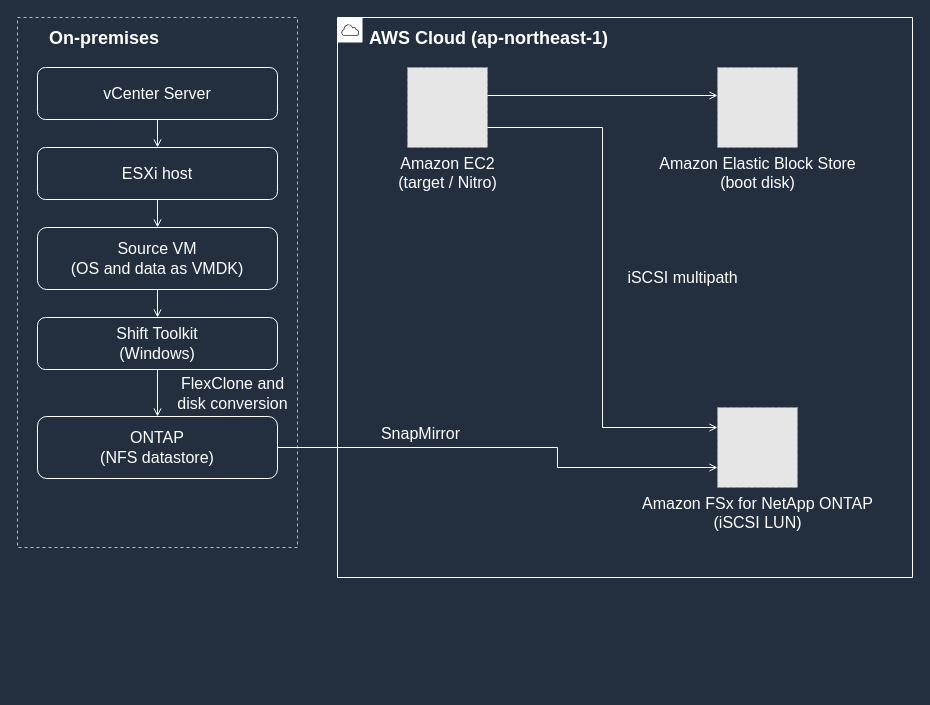
Above: docs/_assets/diagrams/atx-fsxn-onprem-to-aws-en-dark.drawio in Yoshiki0705/VMware-Migration-EC2-ONTAP (draw.io), before the change. Source tidied: cells renumbered, new cells numbered last; positions are measured from the earlier drawing's top-left corner, leaving out a move shared by most shapes. Both pictures are drawn from the tidied source at 100%, with x=0, y=0 at pixel (17, 17). Pictures stored in the file or linked from it are replaced by grey dashed boxes.
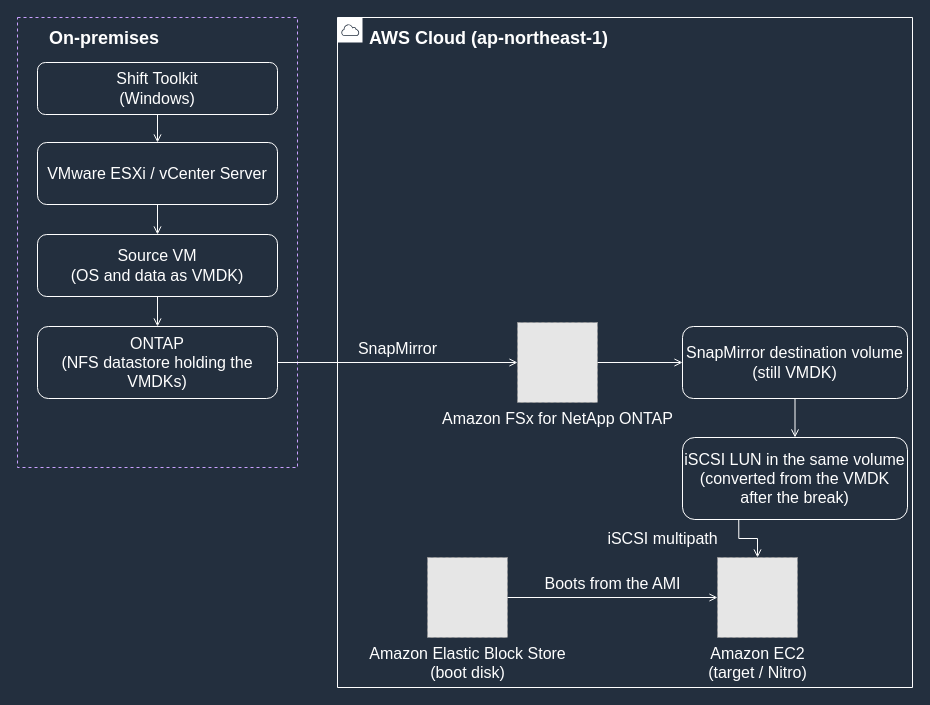
The same page after the edit.

The edit, as a diff of the source:
```diff
@@
     <mxCell id="2" value="On-premises" style="gradientColor=none;html=1;whiteSpace=wrap;fontSize=18;fontStyle=1;fontColor=#FFFFFF;shape=mxgraph.aws4.group;strokeColor=#C9A0FF;fillColor=none;verticalAlign=top;align=left;spacingLeft=30;spacingTop=4;dashed=1;" parent="1" vertex="1">
-      <mxGeometry width="280" height="530" as="geometry" />
+      <mxGeometry width="280" height="450" as="geometry" />
     </mxCell>
     <mxCell id="3" value="AWS Cloud (ap-northeast-1)" style="gradientColor=none;html=1;whiteSpace=wrap;fontSize=18;fontStyle=1;fontColor=#FFFFFF;shape=mxgraph.aws4.group;grIcon=mxgraph.aws4.group_aws_cloud;strokeColor=#FFFFFF;fillColor=none;verticalAlign=top;align=left;spacingLeft=30;spacingTop=4;dashed=0;" parent="1" vertex="1">
-      <mxGeometry x="320" width="575" height="560" as="geometry" />
+      <mxGeometry x="320" width="575" height="670" as="geometry" />
     </mxCell>
-    <mxCell id="4" value="vCenter Server" style="rounded=1;whiteSpace=wrap;html=1;strokeColor=#FFFFFF;fillColor=none;fontColor=#FFFFFF;fontSize=16;verticalAlign=middle;align=center;" parent="1" vertex="1">
-      <mxGeometry x="20" y="50" width="240" height="52" as="geometry" />
-    </mxCell>
-    <mxCell id="5" value="ESXi host" style="rounded=1;whiteSpace=wrap;html=1;strokeColor=#FFFFFF;fillColor=none;fontColor=#FFFFFF;fontSize=16;verticalAlign=middle;align=center;" parent="1" vertex="1">
-      <mxGeometry x="20" y="130" width="240" height="52" as="geometry" />
-    </mxCell>
+    <mxCell id="7" value="Shift Toolkit&#10;(Windows)" style="rounded=1;whiteSpace=wrap;html=1;strokeColor=#FFFFFF;fillColor=none;fontColor=#FFFFFF;fontSize=16;verticalAlign=middle;align=center;" parent="1" vertex="1">
+      <mxGeometry x="20" y="45" width="240" height="52" as="geometry" />
+    </mxCell>
+    <mxCell id="19" value="VMware ESXi / vCenter Server" style="rounded=1;whiteSpace=wrap;html=1;strokeColor=#FFFFFF;fillColor=none;fontColor=#FFFFFF;fontSize=16;verticalAlign=middle;align=center;" parent="1" vertex="1">
+      <mxGeometry x="20" y="125" width="240" height="62" as="geometry" />
+    </mxCell>
     <mxCell id="6" value="Source VM&#10;(OS and data as VMDK)" style="rounded=1;whiteSpace=wrap;html=1;strokeColor=#FFFFFF;fillColor=none;fontColor=#FFFFFF;fontSize=16;verticalAlign=middle;align=center;" parent="1" vertex="1">
-      <mxGeometry x="20" y="210" width="240" height="62" as="geometry" />
+      <mxGeometry x="20" y="217" width="240" height="62" as="geometry" />
     </mxCell>
-    <mxCell id="7" value="Shift Toolkit&#10;(Windows)" style="rounded=1;whiteSpace=wrap;html=1;strokeColor=#FFFFFF;fillColor=none;fontColor=#FFFFFF;fontSize=16;verticalAlign=middle;align=center;" parent="1" vertex="1">
-      <mxGeometry x="20" y="300" width="240" height="52" as="geometry" />
-    </mxCell>
-    <mxCell id="8" value="ONTAP&#10;(NFS datastore)" style="rounded=1;whiteSpace=wrap;html=1;strokeColor=#FFFFFF;fillColor=none;fontColor=#FFFFFF;fontSize=16;verticalAlign=middle;align=center;" parent="1" vertex="1">
-      <mxGeometry x="20" y="399" width="240" height="62" as="geometry" />
+    <mxCell id="8" value="ONTAP&#10;(NFS datastore holding the VMDKs)" style="rounded=1;whiteSpace=wrap;html=1;strokeColor=#FFFFFF;fillColor=none;fontColor=#FFFFFF;fontSize=16;verticalAlign=middle;align=center;" parent="1" vertex="1">
+      <mxGeometry x="20" y="309" width="240" height="72" as="geometry" />
     </mxCell>
+    <mxCell id="20" value="SnapMirror destination volume&#10;(still VMDK)" style="rounded=1;whiteSpace=wrap;html=1;strokeColor=#FFFFFF;fillColor=none;fontColor=#FFFFFF;fontSize=16;verticalAlign=middle;align=center;" parent="1" vertex="1">
+      <mxGeometry x="665" y="309" width="225" height="72" as="geometry" />
+    </mxCell>
+    <mxCell id="21" value="iSCSI LUN in the same volume&#10;(converted from the VMDK after the break)" style="rounded=1;whiteSpace=wrap;html=1;strokeColor=#FFFFFF;fillColor=none;fontColor=#FFFFFF;fontSize=16;verticalAlign=middle;align=center;" parent="1" vertex="1">
+      <mxGeometry x="665" y="420" width="225" height="82" as="geometry" />
+    </mxCell>
+    <mxCell id="11" value="Amazon FSx for NetApp ONTAP" style="fillColor=#E6E6E6;strokeColor=#999999;dashed=1;html=1;verticalLabelPosition=bottom;verticalAlign=top;labelPosition=center;align=center;fontSize=16;fontColor=#FFFFFF;" parent="1" vertex="1">
+      <mxGeometry x="500" y="305" width="80" height="80" as="geometry" />
+    </mxCell>
+    <mxCell id="10" value="Amazon Elastic Block Store&#10;(boot disk)" style="fillColor=#E6E6E6;strokeColor=#999999;dashed=1;html=1;verticalLabelPosition=bottom;verticalAlign=top;labelPosition=center;align=center;fontSize=16;fontColor=#FFFFFF;" parent="1" vertex="1">
+      <mxGeometry x="410" y="540" width="80" height="80" as="geometry" />
+    </mxCell>
     <mxCell id="9" value="Amazon EC2&#10;(target / Nitro)" style="fillColor=#E6E6E6;strokeColor=#999999;dashed=1;html=1;verticalLabelPosition=bottom;verticalAlign=top;labelPosition=center;align=center;fontSize=16;fontColor=#FFFFFF;" parent="1" vertex="1">
-      <mxGeometry x="390" y="50" width="80" height="80" as="geometry" />
+      <mxGeometry x="700" y="540" width="80" height="80" as="geometry" />
     </mxCell>
-    <mxCell id="10" value="Amazon Elastic Block Store&#10;(boot disk)" style="fillColor=#E6E6E6;strokeColor=#999999;dashed=1;html=1;verticalLabelPosition=bottom;verticalAlign=top;labelPosition=center;align=center;fontSize=16;fontColor=#FFFFFF;" parent="1" vertex="1">
-      <mxGeometry x="700" y="50" width="80" height="80" as="geometry" />
-    </mxCell>
-    <mxCell id="11" value="Amazon FSx for NetApp ONTAP&#10;(iSCSI LUN)" style="fillColor=#E6E6E6;strokeColor=#999999;dashed=1;html=1;verticalLabelPosition=bottom;verticalAlign=top;labelPosition=center;align=center;fontSize=16;fontColor=#FFFFFF;" parent="1" vertex="1">
-      <mxGeometry x="700" y="390" width="80" height="80" as="geometry" />
-    </mxCell>
-    <mxCell id="12" style="edgeStyle=orthogonalEdgeStyle;rounded=0;html=1;endArrow=open;endFill=0;strokeColor=#FFFFFF;strokeWidth=1;fontSize=16;fontColor=#FFFFFF;labelBackgroundColor=#232F3E;exitX=0.5;exitY=1;exitDx=0;exitDy=0;entryX=0.5;entryY=0;entryDx=0;entryDy=0;" parent="1" edge="1" source="4" target="5">
-      <mxGeometry relative="1" as="geometry" />
-    </mxCell>
-    <mxCell id="13" style="edgeStyle=orthogonalEdgeStyle;rounded=0;html=1;endArrow=open;endFill=0;strokeColor=#FFFFFF;strokeWidth=1;fontSize=16;fontColor=#FFFFFF;labelBackgroundColor=#232F3E;exitX=0.5;exitY=1;exitDx=0;exitDy=0;entryX=0.5;entryY=0;entryDx=0;entryDy=0;" parent="1" edge="1" source="5" target="6">
-      <mxGeometry relative="1" as="geometry" />
-    </mxCell>
-    <mxCell id="14" style="edgeStyle=orthogonalEdgeStyle;rounded=0;html=1;endArrow=open;endFill=0;strokeColor=#FFFFFF;strokeWidth=1;fontSize=16;fontColor=#FFFFFF;labelBackgroundColor=#232F3E;exitX=0.5;exitY=1;exitDx=0;exitDy=0;entryX=0.5;entryY=0;entryDx=0;entryDy=0;" parent="1" edge="1" source="6" target="7">
-      <mxGeometry relative="1" as="geometry" />
-    </mxCell>
-    <mxCell id="15" value="FlexClone and&#10;disk conversion" style="edgeStyle=orthogonalEdgeStyle;rounded=0;html=1;endArrow=open;endFill=0;strokeColor=#FFFFFF;strokeWidth=1;fontSize=16;fontColor=#FFFFFF;labelBackgroundColor=#232F3E;exitX=0.5;exitY=1;exitDx=0;exitDy=0;entryX=0.5;entryY=0;entryDx=0;entryDy=0;" parent="1" edge="1" source="7" target="8">
-      <mxGeometry relative="1" as="geometry">
-        <mxPoint x="75" as="offset" />
-      </mxGeometry>
-    </mxCell>
+    <mxCell id="22" style="edgeStyle=orthogonalEdgeStyle;rounded=0;html=1;endArrow=open;endFill=0;strokeColor=#FFFFFF;strokeWidth=1;fontSize=16;fontColor=#FFFFFF;labelBackgroundColor=#232F3E;exitX=0.5;exitY=1;exitDx=0;exitDy=0;entryX=0.5;entryY=0;entryDx=0;entryDy=0;" parent="1" edge="1" source="7" target="19">
+      <mxGeometry relative="1" as="geometry" />
+    </mxCell>
+    <mxCell id="23" style="edgeStyle=orthogonalEdgeStyle;rounded=0;html=1;endArrow=open;endFill=0;strokeColor=#FFFFFF;strokeWidth=1;fontSize=16;fontColor=#FFFFFF;labelBackgroundColor=#232F3E;exitX=0.5;exitY=1;exitDx=0;exitDy=0;entryX=0.5;entryY=0;entryDx=0;entryDy=0;" parent="1" edge="1" source="19" target="6">
+      <mxGeometry relative="1" as="geometry" />
+    </mxCell>
+    <mxCell id="24" style="edgeStyle=orthogonalEdgeStyle;rounded=0;html=1;endArrow=open;endFill=0;strokeColor=#FFFFFF;strokeWidth=1;fontSize=16;fontColor=#FFFFFF;labelBackgroundColor=#232F3E;exitX=0.5;exitY=1;exitDx=0;exitDy=0;entryX=0.5;entryY=0;entryDx=0;entryDy=0;" parent="1" edge="1" source="6" target="8">
+      <mxGeometry relative="1" as="geometry" />
+    </mxCell>
-    <mxCell id="16" value="SnapMirror" style="edgeStyle=orthogonalEdgeStyle;rounded=0;html=1;endArrow=open;endFill=0;strokeColor=#FFFFFF;strokeWidth=1;fontSize=16;fontColor=#FFFFFF;labelBackgroundColor=#232F3E;exitX=1;exitY=0.5;exitDx=0;exitDy=0;entryX=0;entryY=0.75;entryDx=0;entryDy=0;" parent="1" edge="1" source="8" target="11">
-      <mxGeometry x="-0.38" relative="1" as="geometry">
-        <Array as="points">
-          <mxPoint x="540" y="430" />
-          <mxPoint x="540" y="450" />
-        </Array>
+    <mxCell id="16" value="SnapMirror" style="edgeStyle=orthogonalEdgeStyle;rounded=0;html=1;endArrow=open;endFill=0;strokeColor=#FFFFFF;strokeWidth=1;fontSize=16;fontColor=#FFFFFF;labelBackgroundColor=#232F3E;exitX=1;exitY=0.5;exitDx=0;exitDy=0;entryX=0;entryY=0.5;entryDx=0;entryDy=0;" parent="1" edge="1" source="8" target="11">
+      <mxGeometry relative="1" as="geometry">
         <mxPoint y="-14" as="offset" />
       </mxGeometry>
     </mxCell>
-    <mxCell id="17" style="edgeStyle=orthogonalEdgeStyle;rounded=0;html=1;endArrow=open;endFill=0;strokeColor=#FFFFFF;strokeWidth=1;fontSize=16;fontColor=#FFFFFF;labelBackgroundColor=#232F3E;exitX=1;exitY=0.35;exitDx=0;exitDy=0;entryX=0;entryY=0.35;entryDx=0;entryDy=0;" parent="1" edge="1" source="9" target="10">
-      <mxGeometry relative="1" as="geometry" />
-    </mxCell>
+    <mxCell id="25" style="edgeStyle=orthogonalEdgeStyle;rounded=0;html=1;endArrow=open;endFill=0;strokeColor=#FFFFFF;strokeWidth=1;fontSize=16;fontColor=#FFFFFF;labelBackgroundColor=#232F3E;exitX=1;exitY=0.5;exitDx=0;exitDy=0;entryX=0;entryY=0.5;entryDx=0;entryDy=0;" parent="1" edge="1" source="11" target="20">
+      <mxGeometry relative="1" as="geometry" />
+    </mxCell>
+    <mxCell id="26" style="edgeStyle=orthogonalEdgeStyle;rounded=0;html=1;endArrow=open;endFill=0;strokeColor=#FFFFFF;strokeWidth=1;fontSize=16;fontColor=#FFFFFF;labelBackgroundColor=#232F3E;exitX=0.5;exitY=1;exitDx=0;exitDy=0;entryX=0.5;entryY=0;entryDx=0;entryDy=0;" parent="1" edge="1" source="20" target="21">
+      <mxGeometry relative="1" as="geometry" />
+    </mxCell>
+    <mxCell id="27" value="Boots from the AMI" style="edgeStyle=orthogonalEdgeStyle;rounded=0;html=1;endArrow=open;endFill=0;strokeColor=#FFFFFF;strokeWidth=1;fontSize=16;fontColor=#FFFFFF;labelBackgroundColor=#232F3E;exitX=1;exitY=0.5;exitDx=0;exitDy=0;entryX=0;entryY=0.5;entryDx=0;entryDy=0;" parent="1" edge="1" source="10" target="9">
+      <mxGeometry relative="1" as="geometry">
+        <mxPoint y="-14" as="offset" />
+      </mxGeometry>
+    </mxCell>
-    <mxCell id="18" value="iSCSI multipath" style="edgeStyle=orthogonalEdgeStyle;rounded=0;html=1;endArrow=open;endFill=0;strokeColor=#FFFFFF;strokeWidth=1;fontSize=16;fontColor=#FFFFFF;labelBackgroundColor=#232F3E;exitX=1;exitY=0.75;exitDx=0;exitDy=0;entryX=0;entryY=0.25;entryDx=0;entryDy=0;" parent="1" edge="1" source="9" target="11">
+    <mxCell id="18" value="iSCSI multipath" style="edgeStyle=orthogonalEdgeStyle;rounded=0;html=1;endArrow=open;endFill=0;strokeColor=#FFFFFF;strokeWidth=1;fontSize=16;fontColor=#FFFFFF;labelBackgroundColor=#232F3E;exitX=0.25;exitY=1;exitDx=0;exitDy=0;entryX=0.5;entryY=0;entryDx=0;entryDy=0;" parent="1" edge="1" source="21" target="9">
       <mxGeometry relative="1" as="geometry">
-        <mxPoint x="80" as="offset" />
+        <mxPoint x="-85" as="offset" />
       </mxGeometry>
     </mxCell>
```
